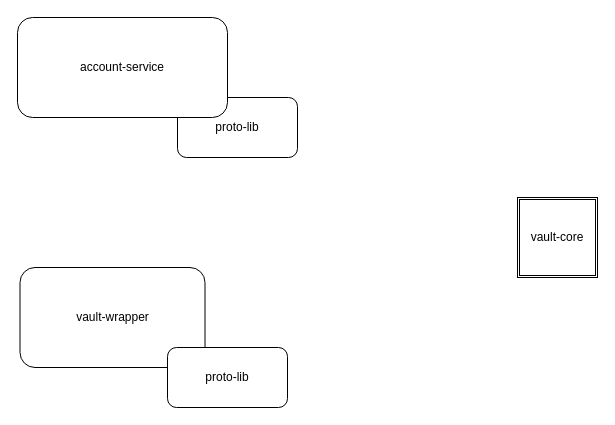
Earlier version of the draw.io diagram Untitled Diagram.drawio (DileepJexpert/microservices). Source tidied: cells renumbered, new cells numbered last; positions are measured from the earlier drawing's top-left corner, leaving out a move shared by most shapes. Both pictures are drawn from the tidied source at 100%, with x=0, y=0 at pixel (17, 17).
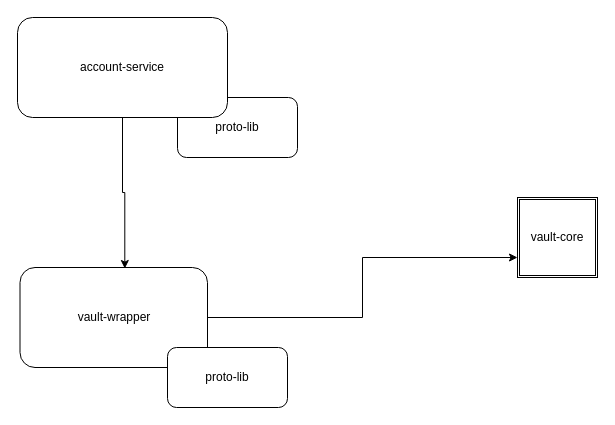
The same diagram, later.

The edit, as a diff of the source:
```diff
@@
 <mxGraphModel>
   <root>
     <mxCell id="0" />
     <mxCell id="1" parent="0" />
     <mxCell id="2" value="proto-lib" style="rounded=1;whiteSpace=wrap;html=1;" parent="1" vertex="1">
       <mxGeometry x="160" y="80" width="120" height="60" as="geometry" />
     </mxCell>
+    <mxCell id="7" style="edgeStyle=orthogonalEdgeStyle;rounded=0;jettySize=auto;html=1;entryX=0.559;entryY=0.01;entryDx=0;entryDy=0;entryPerimeter=0;" parent="1" edge="1" source="3" target="4">
+      <mxGeometry relative="1" as="geometry" />
+    </mxCell>
     <mxCell id="3" value="account-service" style="rounded=1;whiteSpace=wrap;html=1;" parent="1" vertex="1">
       <mxGeometry width="210" height="100" as="geometry" />
     </mxCell>
+    <mxCell id="8" style="edgeStyle=orthogonalEdgeStyle;rounded=0;jettySize=auto;html=1;entryX=0;entryY=0.75;entryDx=0;entryDy=0;" parent="1" edge="1" source="4" target="5">
+      <mxGeometry relative="1" as="geometry" />
+    </mxCell>
     <mxCell id="4" value="vault-wrapper" style="rounded=1;whiteSpace=wrap;html=1;" parent="1" vertex="1">
-      <mxGeometry x="2.5" y="250" width="185" height="100" as="geometry" />
+      <mxGeometry x="2.5" y="250" width="187.5" height="100" as="geometry" />
     </mxCell>
     <mxCell id="5" value="vault-core" style="shape=ext;double=1;whiteSpace=wrap;html=1;" parent="1" vertex="1">
       <mxGeometry x="500" y="180" width="80" height="80" as="geometry" />
     </mxCell>
     <mxCell id="6" value="proto-lib" style="rounded=1;whiteSpace=wrap;html=1;" parent="1" vertex="1">
       <mxGeometry x="150" y="330" width="120" height="60" as="geometry" />
     </mxCell>
   </root>
 </mxGraphModel>
```
